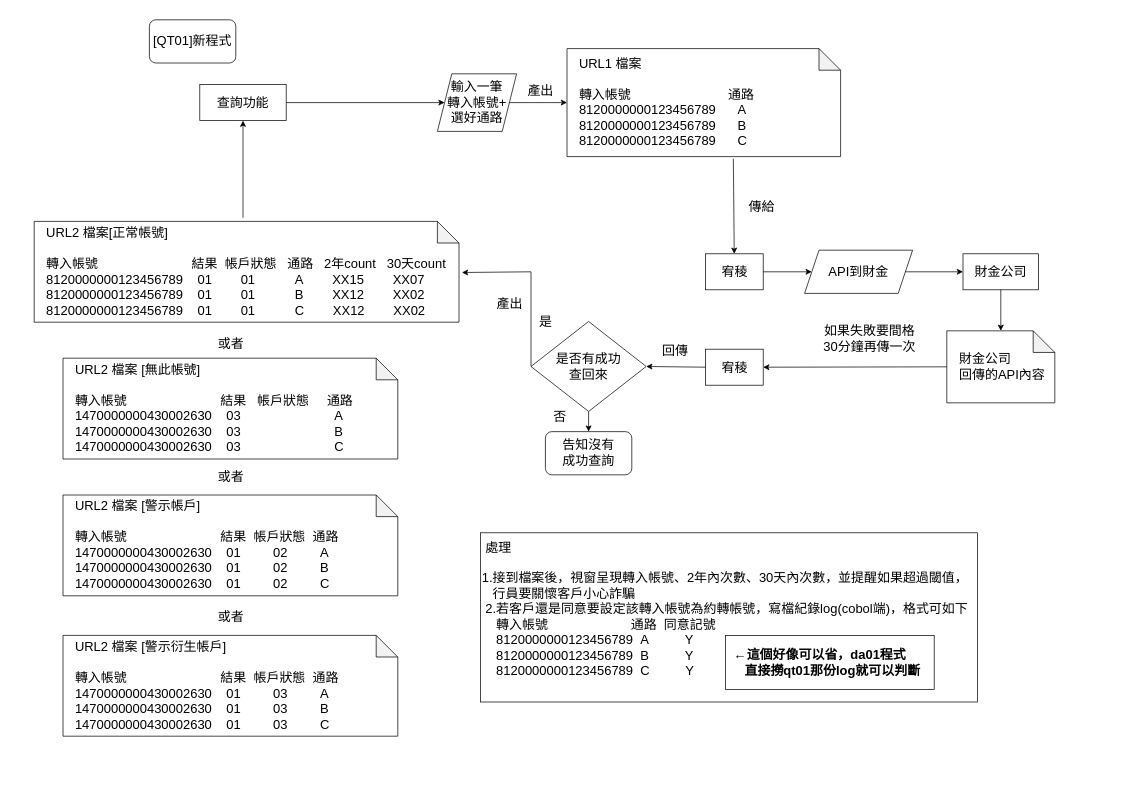
Before: page "查詢" (1 of 6) of 約轉灰名單架構.drawio in yeahyeah0606/yeahyeah0606.github.io, a draw.io diagram. Source tidied: cells renumbered, new cells numbered last; positions are measured from the earlier drawing's top-left corner, leaving out a move shared by most shapes. Both pictures are drawn from the tidied source at 72%, with x=0, y=0 at pixel (34, 19).
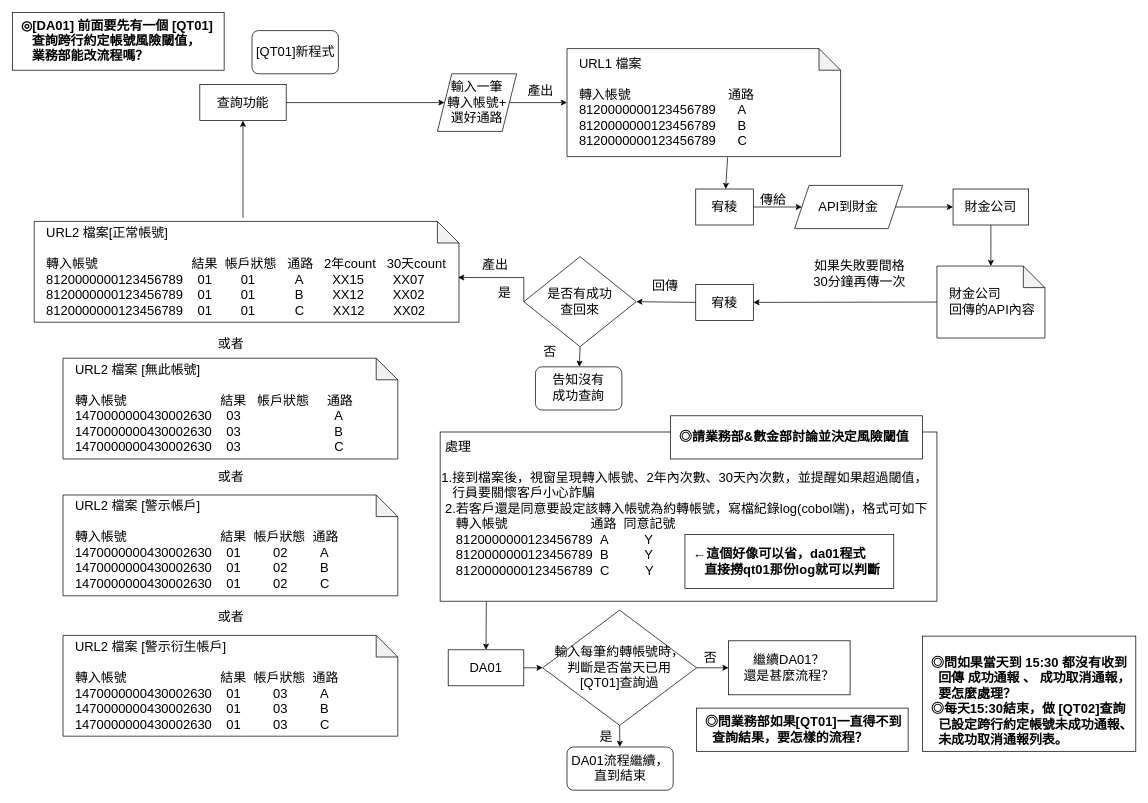
The same page after the edit.

Commit message:
更新約轉灰名單架構.drawio

Unchanged cells that the change refers to:
```xml
<mxCell id="6" value="&lt;font style=&quot;font-size: 18px;&quot;&gt;&amp;nbsp; &amp;nbsp;URL1 檔案&lt;br&gt;&lt;br&gt;&amp;nbsp; &amp;nbsp;轉入帳號&amp;nbsp; &amp;nbsp; &amp;nbsp; &amp;nbsp; &amp;nbsp; &amp;nbsp; &amp;nbsp; &amp;nbsp; &amp;nbsp; &amp;nbsp; &amp;nbsp; &amp;nbsp; &amp;nbsp; &amp;nbsp;通路&lt;br&gt;&amp;nbsp; &amp;nbsp;8120000000123456789&amp;nbsp; &amp;nbsp; &amp;nbsp; A&lt;br&gt;&amp;nbsp; &amp;nbsp;8120000000123456789&amp;nbsp; &amp;nbsp; &amp;nbsp; B&lt;br&gt;&amp;nbsp; &amp;nbsp;8120000000123456789&amp;nbsp; &amp;nbsp; &amp;nbsp; C&lt;br&gt;&lt;/font&gt;" style="shape=note;whiteSpace=wrap;html=1;backgroundOutline=1;darkOpacity=0.05;align=left;" parent="1" vertex="1">
  <mxGeometry x="740" y="40" width="380" height="150" as="geometry" />
</mxCell>
<mxCell id="14" value="&lt;font style=&quot;font-size: 18px;&quot;&gt;&amp;nbsp; &amp;nbsp;URL2 檔案[正常帳號]&lt;br&gt;&lt;br&gt;&amp;nbsp; &amp;nbsp;轉入帳號&amp;nbsp; &amp;nbsp; &amp;nbsp; &amp;nbsp; &amp;nbsp; &amp;nbsp; &amp;nbsp; &amp;nbsp; &amp;nbsp; &amp;nbsp; &amp;nbsp; &amp;nbsp; &amp;nbsp; 結果&amp;nbsp; 帳戶狀態&amp;nbsp; &amp;nbsp;通路&amp;nbsp; &amp;nbsp;2年count&amp;nbsp; &amp;nbsp;30天count&lt;br&gt;&amp;nbsp; &amp;nbsp;8120000000123456789&amp;nbsp; &amp;nbsp; 01&amp;nbsp; &amp;nbsp; &amp;nbsp; &amp;nbsp; 01&amp;nbsp; &amp;nbsp;&lt;span style=&quot;&quot;&gt;&lt;span style=&quot;white-space: pre;&quot;&gt;&amp;nbsp;&amp;nbsp;&amp;nbsp;    &amp;nbsp;&lt;/span&gt;&lt;/span&gt;A&amp;nbsp; &amp;nbsp; &amp;nbsp; &amp;nbsp; XX15&amp;nbsp; &amp;nbsp; &amp;nbsp; &amp;nbsp; XX07&lt;br&gt;&amp;nbsp; &amp;nbsp;8120000000123456789&amp;nbsp; &amp;nbsp; 01&amp;nbsp; &amp;nbsp; &amp;nbsp; &amp;nbsp; 01&amp;nbsp; &amp;nbsp;&lt;span style=&quot;&quot;&gt;&lt;span style=&quot;white-space: pre;&quot;&gt;&amp;nbsp;&amp;nbsp;    &amp;nbsp;&amp;nbsp;&lt;/span&gt;&lt;/span&gt;B&amp;nbsp; &amp;nbsp; &amp;nbsp; &amp;nbsp; XX12&amp;nbsp; &amp;nbsp; &amp;nbsp; &amp;nbsp; XX02&lt;br&gt;&amp;nbsp; &amp;nbsp;8120000000123456789&amp;nbsp; &amp;nbsp; 01&amp;nbsp; &amp;nbsp; &amp;nbsp; &amp;nbsp; 01&amp;nbsp; &amp;nbsp;&lt;span style=&quot;&quot;&gt;&lt;span style=&quot;white-space: pre;&quot;&gt;&amp;nbsp;&amp;nbsp;    &amp;nbsp;&amp;nbsp;&lt;/span&gt;&lt;/span&gt;C&amp;nbsp; &amp;nbsp; &amp;nbsp; &amp;nbsp; XX12&amp;nbsp; &amp;nbsp; &amp;nbsp; &amp;nbsp; XX02&lt;br&gt;&lt;/font&gt;" style="shape=note;whiteSpace=wrap;html=1;backgroundOutline=1;darkOpacity=0.05;align=left;" parent="1" vertex="1">
  <mxGeometry y="280" width="590" height="140" as="geometry" />
</mxCell>
```

What changed in the source:
```diff
@@
     <mxCell id="2" value="&lt;font style=&quot;font-size: 18px;&quot;&gt;[QT01]新程式&lt;/font&gt;" style="rounded=1;whiteSpace=wrap;html=1;" parent="1" vertex="1">
-      <mxGeometry x="160" width="120" height="60" as="geometry" />
+      <mxGeometry x="302.5" y="15" width="120" height="60" as="geometry" />
     </mxCell>
@@
     <mxCell id="9" value="&lt;span style=&quot;font-size: 18px;&quot;&gt;API到財金&lt;/span&gt;" style="shape=parallelogram;perimeter=parallelogramPerimeter;whiteSpace=wrap;html=1;fixedSize=1;" parent="1" vertex="1">
-      <mxGeometry x="1070" y="320" width="150" height="60" as="geometry" />
+      <mxGeometry x="1056.2" y="230" width="150" height="60" as="geometry" />
     </mxCell>
     <mxCell id="10" value="&lt;font style=&quot;font-size: 18px;&quot;&gt;財金公司&lt;/font&gt;" style="rounded=0;whiteSpace=wrap;html=1;" parent="1" vertex="1">
-      <mxGeometry x="1290" y="325" width="105" height="50" as="geometry" />
+      <mxGeometry x="1276.2" y="235" width="105" height="50" as="geometry" />
     </mxCell>
     <mxCell id="11" value="&lt;span style=&quot;font-size: 18px;&quot;&gt;&amp;nbsp; &amp;nbsp;財金公司&lt;br&gt;&amp;nbsp; &amp;nbsp;回傳的API內容&lt;/span&gt;" style="shape=note;whiteSpace=wrap;html=1;backgroundOutline=1;darkOpacity=0.05;align=left;" parent="1" vertex="1">
-      <mxGeometry x="1267.5" y="432" width="150" height="100" as="geometry" />
+      <mxGeometry x="1253.8" y="342" width="150" height="100" as="geometry" />
     </mxCell>
     <mxCell id="12" value="&lt;font style=&quot;font-size: 18px;&quot;&gt;宥稜&lt;/font&gt;" style="rounded=0;whiteSpace=wrap;html=1;" parent="1" vertex="1">
-      <mxGeometry x="932.5" y="325" width="80" height="50" as="geometry" />
+      <mxGeometry x="918.8" y="235" width="80" height="50" as="geometry" />
     </mxCell>
-    <mxCell id="13" style="endArrow=classic;html=1;rounded=0;exitX=0.608;exitY=1.02;exitDx=0;exitDy=0;exitPerimeter=0;" parent="1" edge="1" source="6" target="12">
+    <mxCell id="13" style="endArrow=classic;html=1;rounded=0;exitX=0.587;exitY=1.007;exitDx=0;exitDy=0;exitPerimeter=0;" parent="1" edge="1" source="6" target="12">
       <mxGeometry relative="1" as="geometry" />
     </mxCell>
@@
     <mxCell id="15" value="&lt;font style=&quot;font-size: 18px;&quot;&gt;產出&lt;/font&gt;" style="text;html=1;align=center;verticalAlign=middle;strokeColor=none;fillColor=none;" parent="1" vertex="1">
-      <mxGeometry x="630" y="375" width="60" height="40" as="geometry" />
+      <mxGeometry x="610" y="320" width="60" height="40" as="geometry" />
     </mxCell>
@@
     <mxCell id="17" value="&lt;font style=&quot;font-size: 18px;&quot;&gt;回傳&lt;/font&gt;" style="text;html=1;align=center;verticalAlign=middle;strokeColor=none;fillColor=none;" parent="1" vertex="1">
-      <mxGeometry x="860" y="440" width="60" height="40" as="geometry" />
+      <mxGeometry x="846.2" y="350" width="60" height="40" as="geometry" />
     </mxCell>
     <mxCell id="18" value="&lt;font style=&quot;font-size: 18px;&quot;&gt;傳給&lt;/font&gt;" style="text;html=1;align=center;verticalAlign=middle;strokeColor=none;fillColor=none;" parent="1" vertex="1">
-      <mxGeometry x="980" y="240" width="60" height="40" as="geometry" />
+      <mxGeometry x="996.2" y="230" width="60" height="40" as="geometry" />
     </mxCell>
     <mxCell id="19" value="&lt;font style=&quot;font-size: 18px;&quot;&gt;&amp;nbsp;處理&amp;nbsp;&lt;br&gt;&lt;br&gt;1.接到檔案後，&lt;/font&gt;&lt;font style=&quot;font-size: 18px;&quot;&gt;視窗呈現轉入帳號、2年內次數、30天內次數，並提醒如果超過閾值，&lt;br&gt;&amp;nbsp; &amp;nbsp;行員要關懷客戶小心詐騙&lt;br&gt;&amp;nbsp;2.若客戶還是同意要設定該轉入帳號為約轉帳號，寫檔紀錄log(cobol端)，格式可如下&lt;br&gt;&amp;nbsp; &amp;nbsp; 轉入帳號&amp;nbsp; &amp;nbsp; &amp;nbsp; &amp;nbsp; &amp;nbsp; &amp;nbsp; &amp;nbsp; &amp;nbsp; &amp;nbsp; &amp;nbsp; &amp;nbsp; &amp;nbsp;通路&amp;nbsp; 同意記號&lt;br style=&quot;border-color: var(--border-color);&quot;&gt;&amp;nbsp; &amp;nbsp; 8120000000123456789&amp;nbsp; A&amp;nbsp; &amp;nbsp; &amp;nbsp; &amp;nbsp; &amp;nbsp; Y&lt;br&gt;&amp;nbsp; &amp;nbsp; 8120000000123456789&amp;nbsp; B&amp;nbsp; &amp;nbsp; &amp;nbsp; &amp;nbsp; &amp;nbsp; Y&lt;br&gt;&amp;nbsp; &amp;nbsp; 8120000000123456789&amp;nbsp; C&amp;nbsp; &amp;nbsp; &amp;nbsp; &amp;nbsp; &amp;nbsp; Y&lt;br&gt;&lt;br&gt;&lt;/font&gt;" style="rounded=0;whiteSpace=wrap;html=1;align=left;" parent="1" vertex="1">
-      <mxGeometry x="620" y="712.5" width="690" height="235" as="geometry" />
+      <mxGeometry x="563.8" y="572.5" width="690" height="235" as="geometry" />
     </mxCell>
     <mxCell id="20" value="&lt;font style=&quot;font-size: 18px;&quot;&gt;如果失敗要間格&lt;br&gt;30分鐘再傳一次&lt;/font&gt;" style="text;html=1;align=center;verticalAlign=middle;strokeColor=none;fillColor=none;" parent="1" vertex="1">
-      <mxGeometry x="1085" y="412.5" width="150" height="60" as="geometry" />
+      <mxGeometry x="1071.2" y="322.5" width="150" height="60" as="geometry" />
     </mxCell>
     <mxCell id="21" value="&lt;span style=&quot;font-size: 18px;&quot;&gt;是否有成功&lt;br&gt;查回來&lt;/span&gt;" style="rhombus;whiteSpace=wrap;html=1;" parent="1" vertex="1">
-      <mxGeometry x="690" y="419" width="160" height="125" as="geometry" />
+      <mxGeometry x="680" y="329" width="156.2" height="125" as="geometry" />
     </mxCell>
-    <mxCell id="22" style="endArrow=classic;html=1;rounded=0;exitX=0;exitY=0.5;exitDx=0;exitDy=0;entryX=1.007;entryY=0.507;entryDx=0;entryDy=0;entryPerimeter=0;" parent="1" edge="1" source="21" target="14">
-      <mxGeometry relative="1" as="geometry">
-        <Array as="points">
-          <mxPoint x="690" y="350" />
-        </Array>
-      </mxGeometry>
-    </mxCell>
     <mxCell id="23" value="&lt;font style=&quot;font-size: 18px;&quot;&gt;是&lt;/font&gt;" style="text;html=1;align=center;verticalAlign=middle;strokeColor=none;fillColor=none;" parent="1" vertex="1">
-      <mxGeometry x="690" y="400" width="40" height="40" as="geometry" />
+      <mxGeometry x="633" y="360" width="40" height="40" as="geometry" />
     </mxCell>
     <mxCell id="24" value="&lt;font style=&quot;font-size: 18px;&quot;&gt;否&lt;/font&gt;" style="text;html=1;align=center;verticalAlign=middle;strokeColor=none;fillColor=none;" parent="1" vertex="1">
-      <mxGeometry x="710" y="532" width="40" height="40" as="geometry" />
+      <mxGeometry x="696.2" y="442" width="40" height="40" as="geometry" />
     </mxCell>
     <mxCell id="25" value="&lt;font style=&quot;font-size: 18px;&quot;&gt;告知沒有&lt;br&gt;成功查詢&lt;/font&gt;" style="rounded=1;whiteSpace=wrap;html=1;" parent="1" vertex="1">
-      <mxGeometry x="710" y="572" width="120" height="60" as="geometry" />
+      <mxGeometry x="696.2" y="482" width="120" height="60" as="geometry" />
     </mxCell>
@@
     <mxCell id="33" value="&lt;font style=&quot;font-size: 18px;&quot;&gt;宥稜&lt;/font&gt;" style="rounded=0;whiteSpace=wrap;html=1;" parent="1" vertex="1">
-      <mxGeometry x="932.5" y="457.5" width="80" height="50" as="geometry" />
+      <mxGeometry x="918.8" y="367.5" width="80" height="50" as="geometry" />
     </mxCell>
@@
     <mxCell id="39" value="&lt;font style=&quot;font-size: 18px;&quot;&gt;&lt;b&gt;&amp;nbsp; ←這個好像可以省，da01程式&lt;br&gt;&amp;nbsp; &amp;nbsp; &amp;nbsp;直接撈qt01那份log就可以判斷&lt;/b&gt;&lt;/font&gt;" style="rounded=0;whiteSpace=wrap;html=1;align=left;" parent="1" vertex="1">
-      <mxGeometry x="960" y="855" width="290" height="75" as="geometry" />
+      <mxGeometry x="903.8" y="715" width="290" height="75" as="geometry" />
     </mxCell>
+    <mxCell id="40" value="&lt;font style=&quot;&quot;&gt;&lt;b style=&quot;font-size: 18px;&quot;&gt;&amp;nbsp; ◎請&lt;/b&gt;&lt;b&gt;&lt;font style=&quot;font-size: 18px;&quot;&gt;業務部&amp;amp;數金部討論並決定風險閾值&lt;/font&gt;&lt;/b&gt;&lt;br&gt;&lt;/font&gt;" style="rounded=0;whiteSpace=wrap;html=1;align=left;" parent="1" vertex="1">
+      <mxGeometry x="883.8" y="550" width="350" height="60" as="geometry" />
+    </mxCell>
+    <mxCell id="41" value="&lt;span style=&quot;font-size: 18px;&quot;&gt;DA01&lt;/span&gt;" style="rounded=0;whiteSpace=wrap;html=1;" parent="1" vertex="1">
+      <mxGeometry x="575" y="875" width="105" height="50" as="geometry" />
+    </mxCell>
+    <mxCell id="22" style="endArrow=classic;html=1;rounded=0;exitX=0;exitY=0.5;exitDx=0;exitDy=0;entryX=0.998;entryY=0.557;entryDx=0;entryDy=0;entryPerimeter=0;" parent="1" edge="1" source="21" target="14">
+      <mxGeometry relative="1" as="geometry">
+        <Array as="points">
+          <mxPoint x="680" y="358" />
+        </Array>
+      </mxGeometry>
+    </mxCell>
+    <mxCell id="42" value="&lt;font style=&quot;font-size: 18px;&quot;&gt;輸入每筆約轉帳號時，&lt;br style=&quot;border-color: var(--border-color);&quot;&gt;判斷是否當天已用&lt;br style=&quot;border-color: var(--border-color);&quot;&gt;[QT01]查詢過&lt;/font&gt;" style="rhombus;whiteSpace=wrap;html=1;" parent="1" vertex="1">
+      <mxGeometry x="706.2" y="820" width="213.8" height="160" as="geometry" />
+    </mxCell>
+    <mxCell id="43" value="&lt;span style=&quot;font-size: 18px;&quot;&gt;DA01流程繼續，直到結束&lt;/span&gt;" style="rounded=1;whiteSpace=wrap;html=1;" parent="1" vertex="1">
+      <mxGeometry x="740" y="1010" width="147.5" height="60" as="geometry" />
+    </mxCell>
+    <mxCell id="44" style="endArrow=classic;html=1;rounded=0;exitX=1;exitY=0.5;exitDx=0;exitDy=0;" parent="1" edge="1" source="41" target="42">
+      <mxGeometry relative="1" as="geometry" />
+    </mxCell>
+    <mxCell id="45" style="endArrow=classic;html=1;rounded=0;exitX=0.5;exitY=1;exitDx=0;exitDy=0;" parent="1" edge="1" source="42" target="43">
+      <mxGeometry relative="1" as="geometry" />
+    </mxCell>
+    <mxCell id="46" style="endArrow=classic;html=1;rounded=0;exitX=0.093;exitY=1.002;exitDx=0;exitDy=0;exitPerimeter=0;entryX=0.5;entryY=0;entryDx=0;entryDy=0;" parent="1" edge="1" source="19" target="41">
+      <mxGeometry relative="1" as="geometry" />
+    </mxCell>
+    <mxCell id="47" value="&lt;font style=&quot;font-size: 18px;&quot;&gt;是&lt;/font&gt;" style="text;html=1;align=center;verticalAlign=middle;strokeColor=none;fillColor=none;" parent="1" vertex="1">
+      <mxGeometry x="774" y="976" width="40" height="40" as="geometry" />
+    </mxCell>
+    <mxCell id="48" value="&lt;span style=&quot;font-size: 18px;&quot;&gt;繼續DA01？&lt;br&gt;還是甚麼流程？&lt;br&gt;&lt;/span&gt;" style="rounded=0;whiteSpace=wrap;html=1;" parent="1" vertex="1">
+      <mxGeometry x="964.4" y="862.5" width="168.8" height="75" as="geometry" />
+    </mxCell>
+    <mxCell id="49" style="endArrow=classic;html=1;rounded=0;exitX=1;exitY=0.5;exitDx=0;exitDy=0;entryX=0;entryY=0.5;entryDx=0;entryDy=0;" parent="1" edge="1" source="42" target="48">
+      <mxGeometry relative="1" as="geometry" />
+    </mxCell>
+    <mxCell id="50" value="&lt;font style=&quot;font-size: 18px;&quot;&gt;否&lt;/font&gt;" style="text;html=1;align=center;verticalAlign=middle;strokeColor=none;fillColor=none;" parent="1" vertex="1">
+      <mxGeometry x="918.8" y="867" width="40" height="40" as="geometry" />
+    </mxCell>
+    <mxCell id="51" value="&lt;font style=&quot;&quot;&gt;&lt;b style=&quot;font-size: 18px;&quot;&gt;&amp;nbsp; ◎問&lt;/b&gt;&lt;b&gt;&lt;font style=&quot;font-size: 18px;&quot;&gt;業務部如果[QT01]一直得不到&lt;br&gt;&amp;nbsp; &amp;nbsp; 查詢結果，要怎樣的流程？&lt;/font&gt;&lt;/b&gt;&lt;br&gt;&lt;/font&gt;" style="rounded=0;whiteSpace=wrap;html=1;align=left;" parent="1" vertex="1">
+      <mxGeometry x="920" y="956" width="293.8" height="60" as="geometry" />
+    </mxCell>
+    <mxCell id="52" value="&lt;font style=&quot;&quot;&gt;&lt;b style=&quot;font-size: 18px;&quot;&gt;&amp;nbsp; &lt;/b&gt;&lt;font style=&quot;font-size: 18px;&quot;&gt;&lt;b style=&quot;&quot;&gt;◎[&lt;/b&gt;&lt;b&gt;DA01] 前面要先有一個 [QT01]&amp;nbsp; &amp;nbsp; &amp;nbsp; &amp;nbsp; &amp;nbsp;查詢跨行約定帳號風險閾值，&lt;br&gt;&amp;nbsp; &amp;nbsp; &amp;nbsp;業務部能改流程嗎？&lt;/b&gt;&lt;/font&gt;&lt;br&gt;&lt;/font&gt;" style="rounded=0;whiteSpace=wrap;html=1;align=left;" parent="1" vertex="1">
+      <mxGeometry x="-30" y="-10" width="293.8" height="80" as="geometry" />
+    </mxCell>
+    <mxCell id="53" value="&lt;font style=&quot;&quot;&gt;&lt;font style=&quot;font-weight: bold; font-size: 18px;&quot;&gt;&lt;br&gt;&amp;nbsp; &lt;b style=&quot;border-color: var(--border-color);&quot;&gt;◎&lt;/b&gt;&lt;/font&gt;&lt;b&gt;&lt;font style=&quot;font-size: 18px;&quot;&gt;&lt;font style=&quot;&quot;&gt;問如果當&lt;/font&gt;&lt;span style=&quot;background-color: initial;&quot;&gt;天到 15:30 都沒有收到&amp;nbsp; &lt;br&gt;&amp;nbsp; &amp;nbsp; 回傳 成功通報 、 成功取消通報，&lt;br&gt;&amp;nbsp; &amp;nbsp; 要怎麼處理？&lt;br&gt;&lt;/span&gt;&lt;/font&gt;&lt;/b&gt;&lt;font style=&quot;font-size: 18px;&quot;&gt;&lt;b&gt;&amp;nbsp; ◎每&lt;font style=&quot;&quot;&gt;天&lt;/font&gt;&lt;/b&gt;&lt;/font&gt;&lt;font style=&quot;font-size: 18px;&quot;&gt;&lt;b&gt;15:30結束，做 [QT02]查詢&lt;br style=&quot;border-color: var(--border-color);&quot;&gt;&amp;nbsp; &amp;nbsp; 已設定跨行約定帳號未成功通報、&lt;br style=&quot;border-color: var(--border-color);&quot;&gt;&amp;nbsp; &amp;nbsp; 未成功取消通報列表&lt;/b&gt;&lt;span style=&quot;font-weight: 700;&quot;&gt;。&lt;/span&gt;&lt;/font&gt;&lt;b&gt;&lt;font style=&quot;font-size: 18px;&quot;&gt;&lt;br&gt;&lt;/font&gt;&lt;/b&gt;&lt;/font&gt;" style="rounded=0;whiteSpace=wrap;html=1;align=left;" parent="1" vertex="1">
+      <mxGeometry x="1233.8" y="856" width="296.2" height="160" as="geometry" />
+    </mxCell>
```
